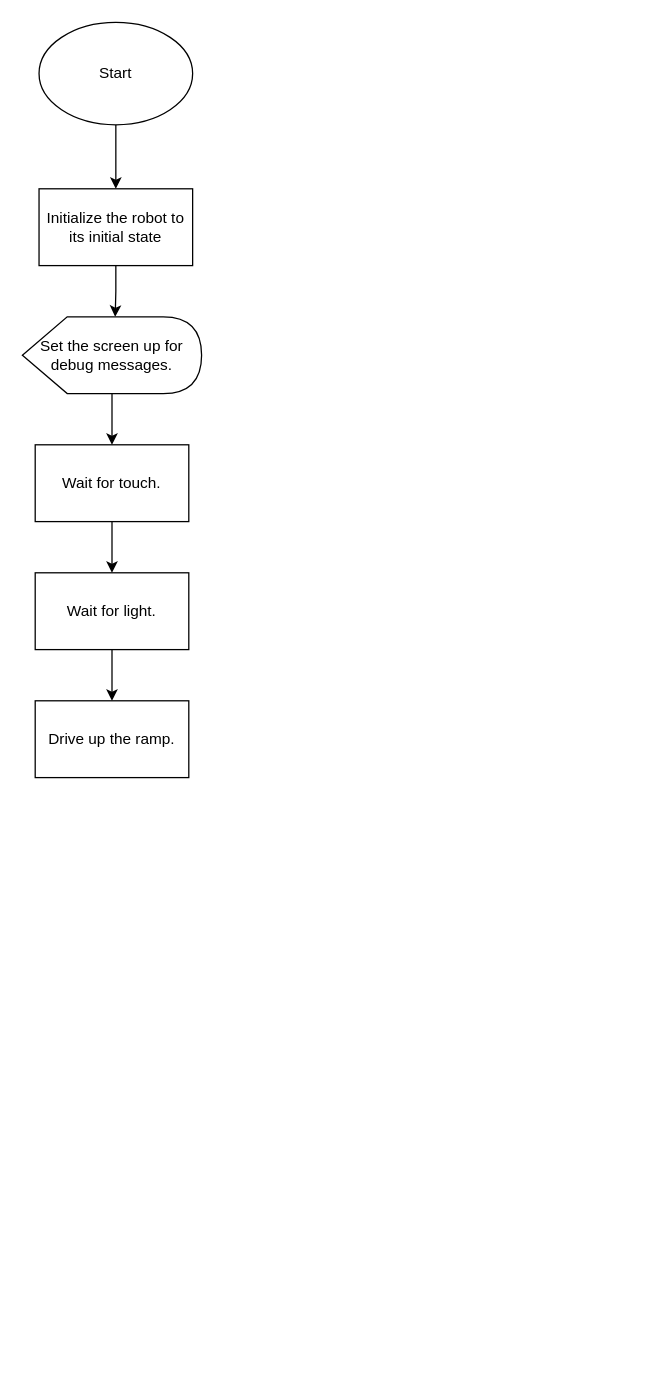
The draw.io diagram APP/codeRep.drawio.xml in DanielRihm/FEH-Robot, before the edit. Source tidied: cells renumbered, new cells numbered last; positions are measured from the earlier drawing's top-left corner, leaving out a move shared by most shapes. Both pictures are drawn from the tidied source at 128%, with x=0, y=0 at pixel (22, 22).
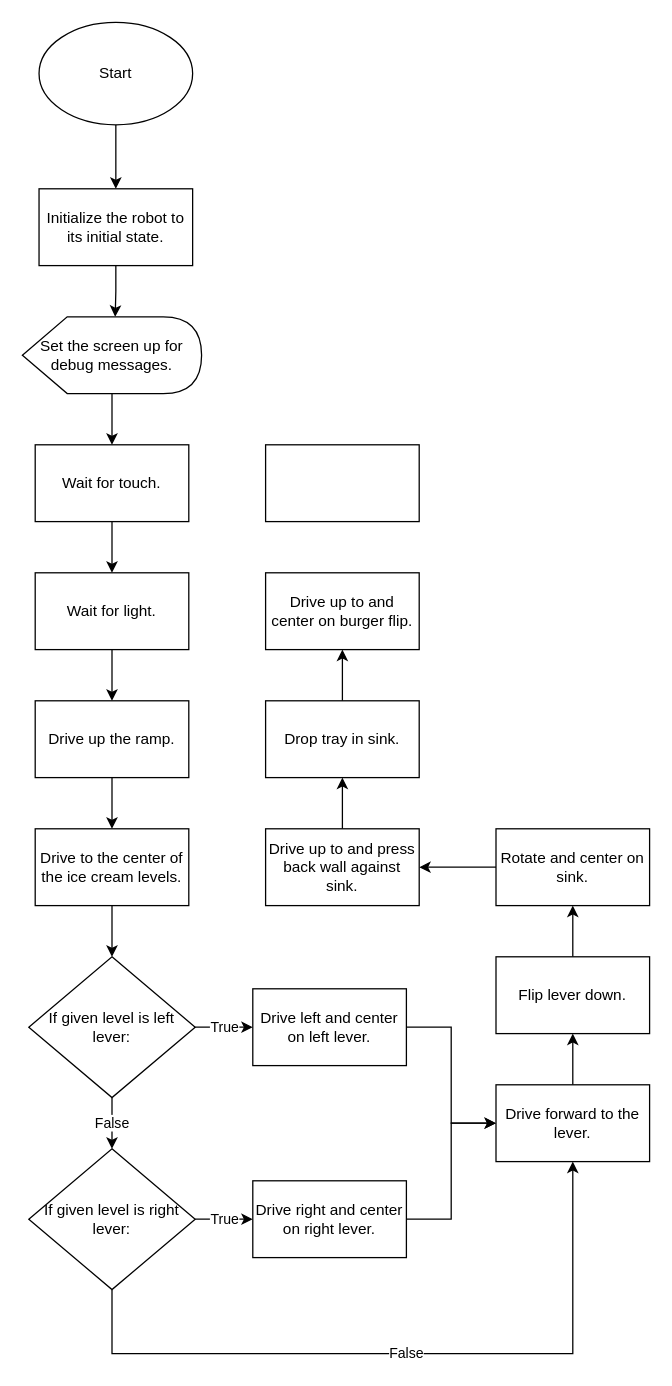
After the change.

Unchanged cells that the change refers to:
```xml
<mxCell id="12" value="Drive up the ramp." style="rounded=0;whiteSpace=wrap;html=1;" parent="1" vertex="1">
  <mxGeometry x="10" y="530" width="120" height="60" as="geometry" />
</mxCell>
```

What changed in the source:
```diff
@@
-    <mxCell id="5" value="Initialize the robot to its initial state" style="rounded=0;whiteSpace=wrap;html=1;" parent="1" vertex="1">
+    <mxCell id="5" value="Initialize the robot to its initial state." style="rounded=0;whiteSpace=wrap;html=1;" parent="1" vertex="1">
       <mxGeometry x="13" y="130" width="120" height="60" as="geometry" />
     </mxCell>
@@
+    <mxCell id="13" style="edgeStyle=orthogonalEdgeStyle;rounded=0;jettySize=auto;html=1;entryX=0.5;entryY=0;entryDx=0;entryDy=0;" parent="1" edge="1" source="12" target="15">
+      <mxGeometry relative="1" as="geometry" />
+    </mxCell>
@@
+    <mxCell id="14" style="edgeStyle=orthogonalEdgeStyle;rounded=0;jettySize=auto;html=1;entryX=0.5;entryY=0;entryDx=0;entryDy=0;" parent="1" edge="1" source="15" target="18">
+      <mxGeometry relative="1" as="geometry" />
+    </mxCell>
+    <mxCell id="15" value="Drive to the center of the ice cream levels." style="rounded=0;whiteSpace=wrap;html=1;" parent="1" vertex="1">
+      <mxGeometry x="10" y="630" width="120" height="60" as="geometry" />
+    </mxCell>
+    <mxCell id="16" value="False" style="edgeStyle=orthogonalEdgeStyle;rounded=0;jettySize=auto;html=1;entryX=0.5;entryY=0;entryDx=0;entryDy=0;" parent="1" edge="1" source="18" target="21">
+      <mxGeometry relative="1" as="geometry" />
+    </mxCell>
+    <mxCell id="17" value="True" style="edgeStyle=orthogonalEdgeStyle;rounded=0;jettySize=auto;html=1;entryX=0;entryY=0.5;entryDx=0;entryDy=0;" parent="1" edge="1" source="18" target="23">
+      <mxGeometry relative="1" as="geometry" />
+    </mxCell>
+    <mxCell id="18" value="If given level is left lever:" style="rhombus;whiteSpace=wrap;html=1;" parent="1" vertex="1">
+      <mxGeometry x="5" y="730" width="130" height="110" as="geometry" />
+    </mxCell>
+    <mxCell id="19" value="True" style="edgeStyle=orthogonalEdgeStyle;rounded=0;jettySize=auto;html=1;entryX=0;entryY=0.5;entryDx=0;entryDy=0;" parent="1" edge="1" source="21" target="25">
+      <mxGeometry relative="1" as="geometry" />
+    </mxCell>
+    <mxCell id="20" value="False" style="edgeStyle=orthogonalEdgeStyle;rounded=0;jettySize=auto;html=1;entryX=0.5;entryY=1;entryDx=0;entryDy=0;" parent="1" edge="1" source="21" target="27">
+      <mxGeometry relative="1" as="geometry">
+        <Array as="points">
+          <mxPoint x="70" y="1040" />
+          <mxPoint x="430" y="1040" />
+        </Array>
+      </mxGeometry>
+    </mxCell>
+    <mxCell id="21" value="If given level is right lever:" style="rhombus;whiteSpace=wrap;html=1;" parent="1" vertex="1">
+      <mxGeometry x="5" y="880" width="130" height="110" as="geometry" />
+    </mxCell>
+    <mxCell id="22" style="edgeStyle=orthogonalEdgeStyle;rounded=0;jettySize=auto;html=1;entryX=0;entryY=0.5;entryDx=0;entryDy=0;" parent="1" edge="1" source="23" target="27">
+      <mxGeometry relative="1" as="geometry" />
+    </mxCell>
+    <mxCell id="23" value="Drive left and center on left lever." style="rounded=0;whiteSpace=wrap;html=1;" parent="1" vertex="1">
+      <mxGeometry x="180" y="755" width="120" height="60" as="geometry" />
+    </mxCell>
+    <mxCell id="24" style="edgeStyle=orthogonalEdgeStyle;rounded=0;jettySize=auto;html=1;entryX=0;entryY=0.5;entryDx=0;entryDy=0;" parent="1" edge="1" source="25" target="27">
+      <mxGeometry relative="1" as="geometry" />
+    </mxCell>
+    <mxCell id="25" value="Drive right and center on right lever." style="rounded=0;whiteSpace=wrap;html=1;" parent="1" vertex="1">
+      <mxGeometry x="180" y="905" width="120" height="60" as="geometry" />
+    </mxCell>
+    <mxCell id="26" style="edgeStyle=orthogonalEdgeStyle;rounded=0;jettySize=auto;html=1;entryX=0.5;entryY=1;entryDx=0;entryDy=0;" parent="1" edge="1" source="27" target="29">
+      <mxGeometry relative="1" as="geometry" />
+    </mxCell>
+    <mxCell id="27" value="Drive forward to the lever." style="rounded=0;whiteSpace=wrap;html=1;" parent="1" vertex="1">
+      <mxGeometry x="370" y="830" width="120" height="60" as="geometry" />
+    </mxCell>
+    <mxCell id="28" style="edgeStyle=orthogonalEdgeStyle;rounded=0;jettySize=auto;html=1;entryX=0.5;entryY=1;entryDx=0;entryDy=0;" parent="1" edge="1" source="29" target="31">
+      <mxGeometry relative="1" as="geometry" />
+    </mxCell>
+    <mxCell id="29" value="Flip lever down." style="rounded=0;whiteSpace=wrap;html=1;" parent="1" vertex="1">
+      <mxGeometry x="370" y="730" width="120" height="60" as="geometry" />
+    </mxCell>
+    <mxCell id="30" style="edgeStyle=orthogonalEdgeStyle;rounded=0;jettySize=auto;html=1;entryX=1;entryY=0.5;entryDx=0;entryDy=0;" parent="1" edge="1" source="31" target="33">
+      <mxGeometry relative="1" as="geometry" />
+    </mxCell>
+    <mxCell id="31" value="Rotate and center on sink." style="rounded=0;whiteSpace=wrap;html=1;" parent="1" vertex="1">
+      <mxGeometry x="370" y="630" width="120" height="60" as="geometry" />
+    </mxCell>
+    <mxCell id="32" style="edgeStyle=orthogonalEdgeStyle;rounded=0;jettySize=auto;html=1;entryX=0.5;entryY=1;entryDx=0;entryDy=0;" parent="1" edge="1" source="33" target="35">
+      <mxGeometry relative="1" as="geometry" />
+    </mxCell>
+    <mxCell id="33" value="Drive up to and press back wall against sink." style="rounded=0;whiteSpace=wrap;html=1;" parent="1" vertex="1">
+      <mxGeometry x="190" y="630" width="120" height="60" as="geometry" />
+    </mxCell>
+    <mxCell id="34" style="edgeStyle=orthogonalEdgeStyle;rounded=0;jettySize=auto;html=1;entryX=0.5;entryY=1;entryDx=0;entryDy=0;" parent="1" edge="1" source="35" target="36">
+      <mxGeometry relative="1" as="geometry" />
+    </mxCell>
+    <mxCell id="35" value="Drop tray in sink." style="rounded=0;whiteSpace=wrap;html=1;" parent="1" vertex="1">
+      <mxGeometry x="190" y="530" width="120" height="60" as="geometry" />
+    </mxCell>
+    <mxCell id="36" value="Drive up to and center on burger flip." style="rounded=0;whiteSpace=wrap;html=1;" parent="1" vertex="1">
+      <mxGeometry x="190" y="430" width="120" height="60" as="geometry" />
+    </mxCell>
+    <mxCell id="37" style="rounded=0;whiteSpace=wrap;html=1;" parent="1" vertex="1">
+      <mxGeometry x="190" y="330" width="120" height="60" as="geometry" />
+    </mxCell>
```
